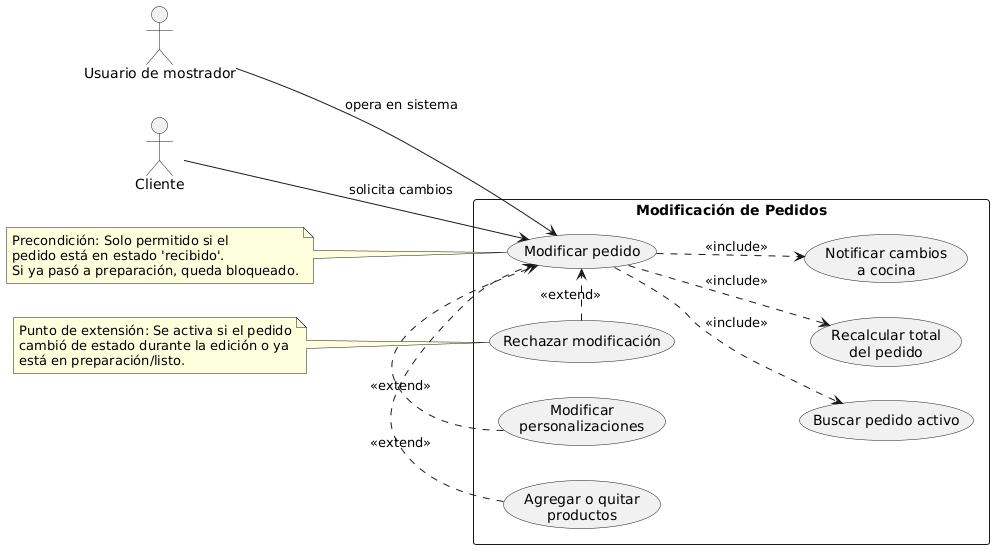
cmariano93-netizen/SistemaPedidos keeps this PlantUML diagram as diagramas/02-casos-de-uso/02-modificar-pedido.png. Above is the earlier version.
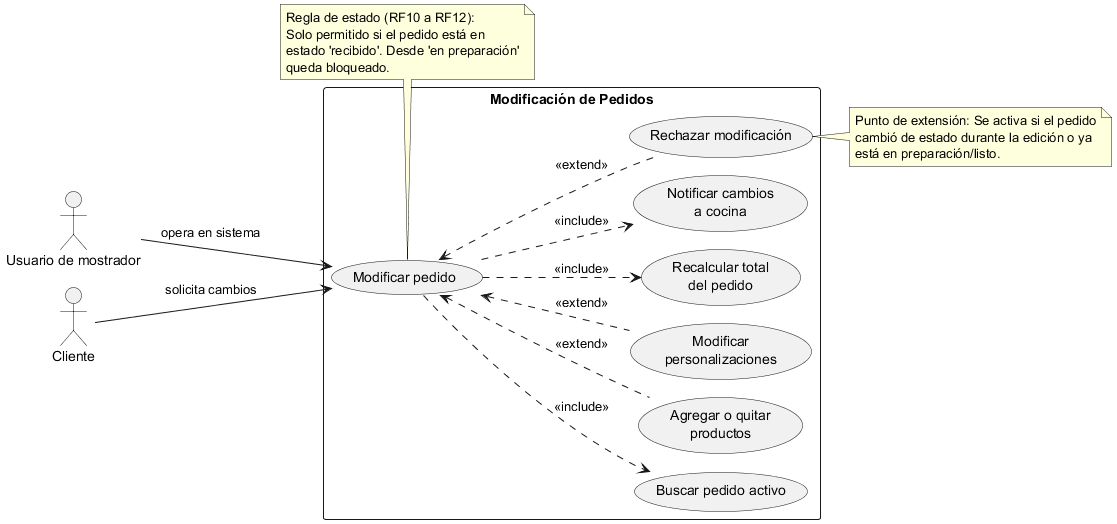
After the commit.

What changed in the source:
```diff
@@ -1,5 +1,8 @@
 @startuml
+!pragma layout smetana
 left to right direction
+skinparam packageStyle rectangle
+skinparam shadowing false
 
 actor "Usuario de mostrador" as Mostrador
 actor "Cliente" as Cliente
@@ -17,21 +20,22 @@
 Cliente --> UC_Modificar : solicita cambios
 Mostrador --> UC_Modificar : opera en sistema
 
-UC_Modificar -d.> UC_Buscar : <<include>>
-UC_Modificar -d.> UC_Recalcular : <<include>>
-UC_Modificar -d.> UC_NotificarCocina : <<include>>
+UC_Modificar ..> UC_Buscar : <<include>>
+UC_Modificar ..> UC_Recalcular : <<include>>
+UC_Modificar ..> UC_NotificarCocina : <<include>>
 
-UC_Productos .> UC_Modificar : <<extend>>
-UC_Personalizaciones .> UC_Modificar : <<extend>>
-UC_RechazarMod .> UC_Modificar : <<extend>>
+UC_Modificar <.. UC_Productos : <<extend>>
+UC_Modificar <.. UC_Personalizaciones : <<extend>>
+UC_Modificar <.. UC_RechazarMod : <<extend>>
 
-note left of UC_Modificar
-  Precondición: Solo permitido si el
-  pedido está en estado 'recibido'.
-  Si ya pasó a preparación, queda bloqueado.
+note bottom of UC_Modificar
+  Regla de estado (RF10 a RF12):
+  Solo permitido si el pedido está en
+  estado 'recibido'. Desde 'en preparación'
+  queda bloqueado.
 end note
 
-note left of UC_RechazarMod
+note right of UC_RechazarMod
   Punto de extensión: Se activa si el pedido
   cambió de estado durante la edición o ya
   está en preparación/listo.
```
